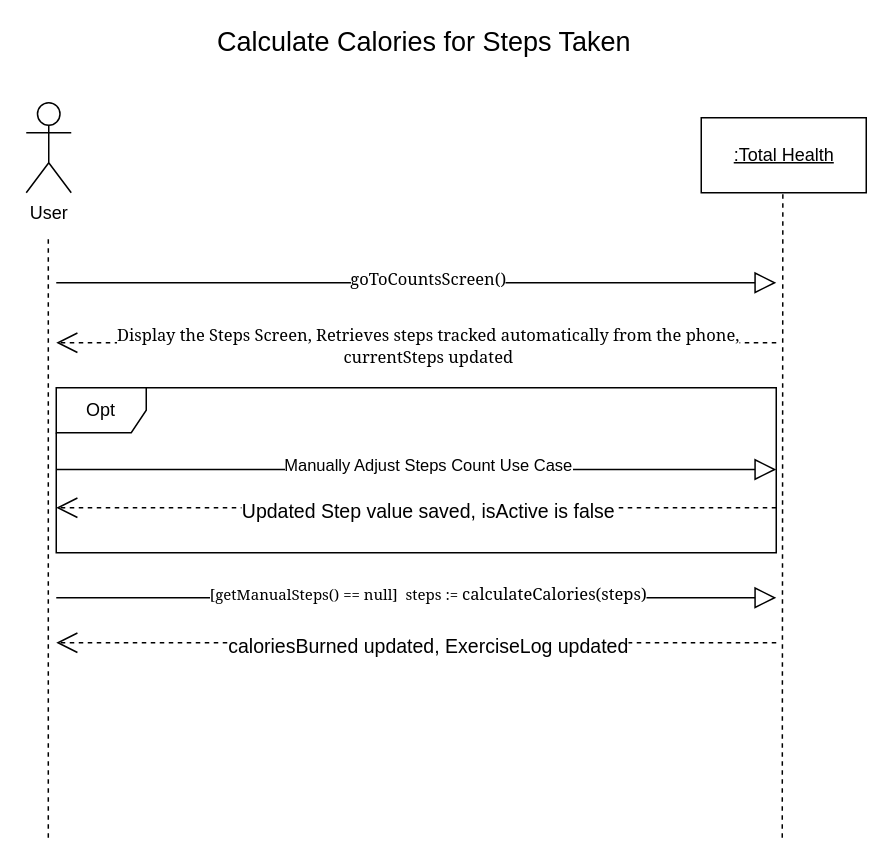
Earlier version of the draw.io diagram SSD - Calculate Calories for Steps Taken.drawio (Esaied19/Team-Albatross). Source tidied: cells renumbered, new cells numbered last; positions are measured from the earlier drawing's top-left corner, leaving out a move shared by most shapes. Both pictures are drawn from the tidied source at 150%, with x=0, y=0 at pixel (26, 27).
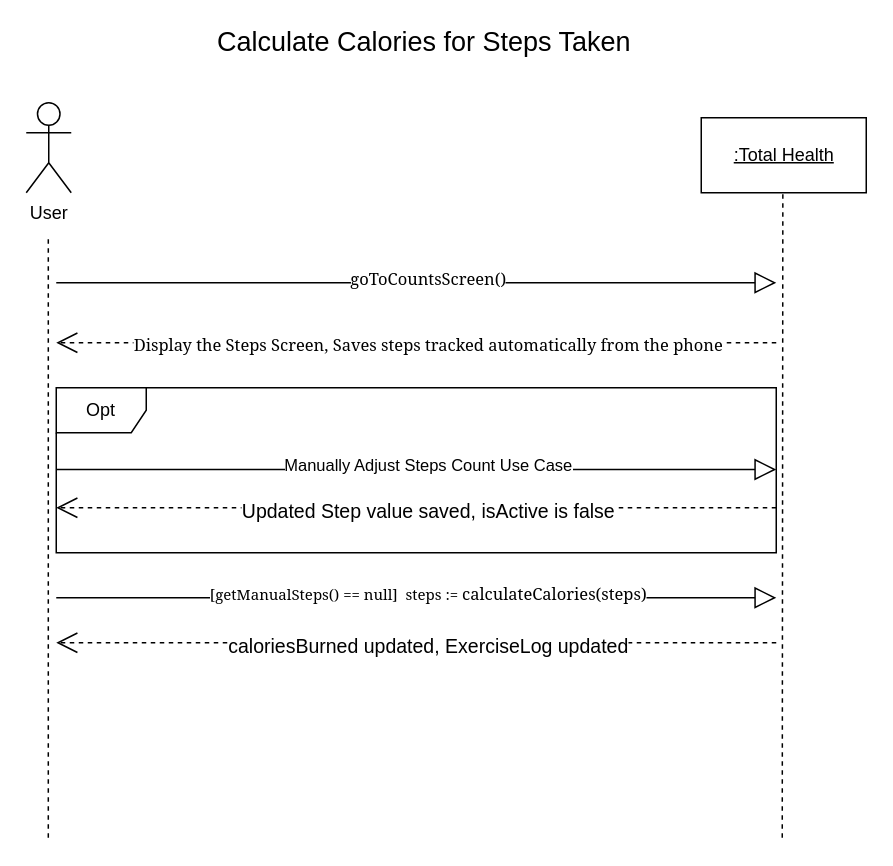
Above is the later version.

The change refers to these unchanged cells:
```xml
<mxCell id="7" style="endArrow=open;endFill=1;endSize=12;html=1;rounded=0;dashed=1;" parent="1" edge="1">
  <mxGeometry relative="1" as="geometry">
    <mxPoint x="500" y="210" as="sourcePoint" />
    <mxPoint x="20" y="210" as="targetPoint" />
  </mxGeometry>
</mxCell>
```

The edit, as a diff of the source:
```diff
@@
-    <mxCell id="8" value="&lt;div&gt;&lt;font style=&quot;font-size: 11px&quot; face=&quot;Georgia&quot;&gt;&lt;span style=&quot;color: rgb(0 , 0 , 0) ; font-weight: normal ; text-decoration: none ; font-style: normal&quot;&gt;Display the Steps Screen, Retrieves steps tracked automatically from the phone,&lt;/span&gt;&lt;/font&gt;&lt;/div&gt;&lt;div&gt;&lt;font style=&quot;font-size: 11px&quot; face=&quot;Georgia&quot;&gt;&lt;span style=&quot;color: rgb(0 , 0 , 0) ; font-weight: normal ; text-decoration: none ; font-style: normal&quot;&gt;currentSteps updated&lt;br&gt;&lt;/span&gt;&lt;/font&gt;&lt;/div&gt;" style="edgeLabel;html=1;align=center;verticalAlign=middle;" parent="7" vertex="1">
+    <mxCell id="8" value="&lt;div&gt;&lt;font style=&quot;font-size: 11px&quot; face=&quot;Georgia&quot;&gt;&lt;span style=&quot;color: rgb(0 , 0 , 0) ; font-weight: normal ; text-decoration: none ; font-style: normal&quot;&gt;Display the Steps Screen, Saves steps tracked automatically from the phone&lt;/span&gt;&lt;/font&gt;&lt;/div&gt;" style="edgeLabel;html=1;align=center;verticalAlign=middle;" parent="7" vertex="1">
       <mxGeometry x="-0.03" y="1" relative="1" as="geometry" />
     </mxCell>
```
